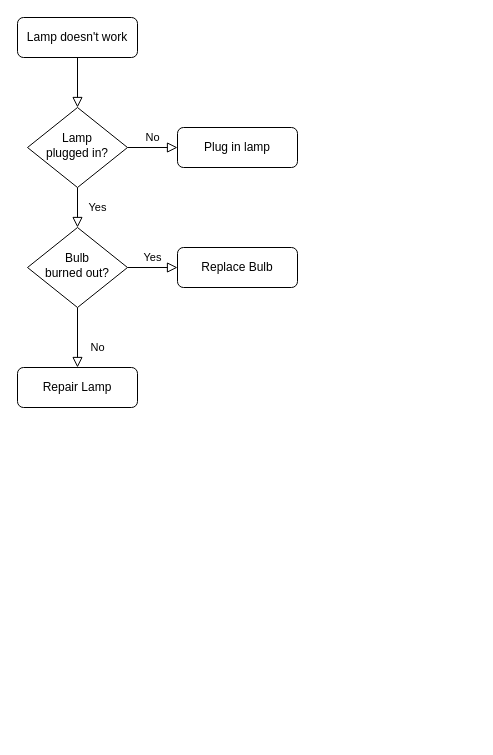
The draw.io diagram Untitled Diagram.drawio in the-shichko/drawio, before the edit. Source tidied: cells renumbered, new cells numbered last; positions are measured from the earlier drawing's top-left corner, leaving out a move shared by most shapes. Both pictures are drawn from the tidied source at 100%, with x=0, y=0 at pixel (17, 17).
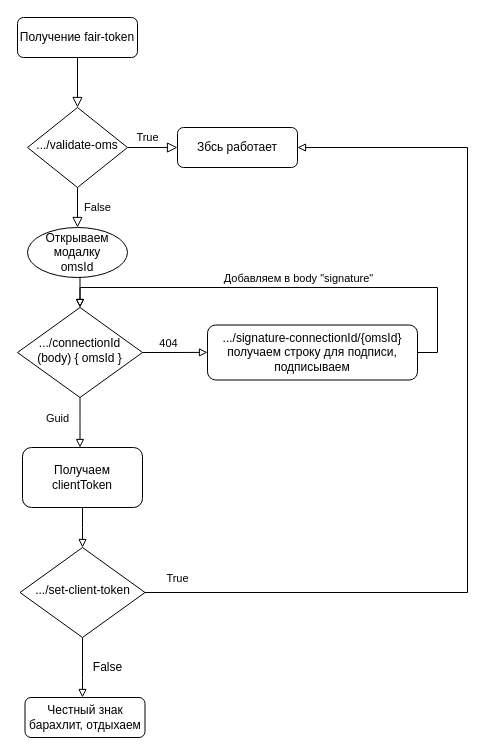
The same page after the edit.

What changed in the source:
```diff
@@
-    <mxCell id="3" value="Lamp doesn't work" style="rounded=1;whiteSpace=wrap;html=1;fontSize=12;glass=0;strokeWidth=1;shadow=0;" parent="1" vertex="1">
+    <mxCell id="3" value="Получение fair-token" style="rounded=1;whiteSpace=wrap;html=1;fontSize=12;glass=0;strokeWidth=1;shadow=0;" parent="1" vertex="1">
       <mxGeometry width="120" height="40" as="geometry" />
     </mxCell>
-    <mxCell id="4" value="Yes" style="rounded=0;html=1;jettySize=auto;fontSize=11;endArrow=block;endFill=0;endSize=8;strokeWidth=1;shadow=0;labelBackgroundColor=none;edgeStyle=orthogonalEdgeStyle;" parent="1" edge="1" source="6" target="10">
+    <mxCell id="4" value="False" style="rounded=0;html=1;jettySize=auto;fontSize=11;endArrow=block;endFill=0;endSize=8;strokeWidth=1;shadow=0;labelBackgroundColor=none;edgeStyle=orthogonalEdgeStyle;entryX=0.5;entryY=0;entryDx=0;entryDy=0;" parent="1" edge="1" source="6" target="14">
       <mxGeometry y="20" relative="1" as="geometry" />
     </mxCell>
-    <mxCell id="5" value="No" style="edgeStyle=orthogonalEdgeStyle;rounded=0;html=1;jettySize=auto;fontSize=11;endArrow=block;endFill=0;endSize=8;strokeWidth=1;shadow=0;labelBackgroundColor=none;" parent="1" edge="1" source="6" target="7">
-      <mxGeometry y="10" relative="1" as="geometry" />
+    <mxCell id="5" value="True" style="edgeStyle=orthogonalEdgeStyle;rounded=0;html=1;jettySize=auto;fontSize=11;endArrow=block;endFill=0;endSize=8;strokeWidth=1;shadow=0;labelBackgroundColor=none;" parent="1" edge="1" source="6" target="7">
+      <mxGeometry x="-0.2" y="10" relative="1" as="geometry" />
     </mxCell>
-    <mxCell id="6" value="Lamp&lt;br&gt;plugged in?" style="rhombus;whiteSpace=wrap;html=1;shadow=0;fontFamily=Helvetica;fontSize=12;align=center;strokeWidth=1;spacing=6;spacingTop=-4;" parent="1" vertex="1">
+    <mxCell id="6" value=".../validate-oms" style="rhombus;whiteSpace=wrap;html=1;shadow=0;fontFamily=Helvetica;fontSize=12;align=center;strokeWidth=1;spacing=6;spacingTop=-4;" parent="1" vertex="1">
       <mxGeometry x="10" y="90" width="100" height="80" as="geometry" />
     </mxCell>
-    <mxCell id="7" value="Plug in lamp" style="rounded=1;whiteSpace=wrap;html=1;fontSize=12;glass=0;strokeWidth=1;shadow=0;" parent="1" vertex="1">
+    <mxCell id="7" value="Збсь работает" style="rounded=1;whiteSpace=wrap;html=1;fontSize=12;glass=0;strokeWidth=1;shadow=0;" parent="1" vertex="1">
       <mxGeometry x="160" y="110" width="120" height="40" as="geometry" />
     </mxCell>
-    <mxCell id="8" value="No" style="rounded=0;html=1;jettySize=auto;fontSize=11;endArrow=block;endFill=0;endSize=8;strokeWidth=1;shadow=0;labelBackgroundColor=none;edgeStyle=orthogonalEdgeStyle;" parent="1" edge="1" source="10" target="11">
-      <mxGeometry x="0.33" y="20" relative="1" as="geometry" />
-    </mxCell>
-    <mxCell id="9" value="Yes" style="edgeStyle=orthogonalEdgeStyle;rounded=0;html=1;jettySize=auto;fontSize=11;endArrow=block;endFill=0;endSize=8;strokeWidth=1;shadow=0;labelBackgroundColor=none;" parent="1" edge="1" source="10" target="12">
-      <mxGeometry y="10" relative="1" as="geometry" />
-    </mxCell>
-    <mxCell id="10" value="Bulb&lt;br&gt;burned out?" style="rhombus;whiteSpace=wrap;html=1;shadow=0;fontFamily=Helvetica;fontSize=12;align=center;strokeWidth=1;spacing=6;spacingTop=-4;" parent="1" vertex="1">
-      <mxGeometry x="10" y="210" width="100" height="80" as="geometry" />
-    </mxCell>
-    <mxCell id="11" value="Repair Lamp" style="rounded=1;whiteSpace=wrap;html=1;fontSize=12;glass=0;strokeWidth=1;shadow=0;" parent="1" vertex="1">
-      <mxGeometry y="350" width="120" height="40" as="geometry" />
-    </mxCell>
-    <mxCell id="12" value="Replace Bulb" style="rounded=1;whiteSpace=wrap;html=1;fontSize=12;glass=0;strokeWidth=1;shadow=0;" parent="1" vertex="1">
-      <mxGeometry x="160" y="230" width="120" height="40" as="geometry" />
-    </mxCell>
+    <mxCell id="13" style="edgeStyle=orthogonalEdgeStyle;rounded=0;jettySize=auto;html=1;exitX=0.5;exitY=1;exitDx=0;exitDy=0;entryX=0.5;entryY=0;entryDx=0;entryDy=0;endArrow=block;endFill=0;" parent="1" edge="1" source="14" target="19">
+      <mxGeometry relative="1" as="geometry" />
+    </mxCell>
+    <mxCell id="14" value="Открываем модалку&lt;br&gt;omsId" style="ellipse;whiteSpace=wrap;html=1;" parent="1" vertex="1">
+      <mxGeometry x="10" y="210" width="100" height="50" as="geometry" />
+    </mxCell>
+    <mxCell id="15" style="edgeStyle=orthogonalEdgeStyle;rounded=0;jettySize=auto;html=1;exitX=0.5;exitY=1;exitDx=0;exitDy=0;endArrow=block;endFill=0;" parent="1" edge="1" source="19">
+      <mxGeometry relative="1" as="geometry">
+        <mxPoint x="62.5" y="430" as="targetPoint" />
+      </mxGeometry>
+    </mxCell>
+    <mxCell id="16" value="Guid" style="edgeLabel;html=1;align=center;verticalAlign=middle;" parent="15" vertex="1">
+      <mxGeometry x="-0.31" y="1" relative="1" as="geometry">
+        <mxPoint x="-24" y="3" as="offset" />
+      </mxGeometry>
+    </mxCell>
+    <mxCell id="17" style="edgeStyle=orthogonalEdgeStyle;rounded=0;jettySize=auto;html=1;exitX=1;exitY=0.5;exitDx=0;exitDy=0;endArrow=block;endFill=0;" parent="1" edge="1" source="19">
+      <mxGeometry relative="1" as="geometry">
+        <mxPoint x="190" y="334.9" as="targetPoint" />
+      </mxGeometry>
+    </mxCell>
+    <mxCell id="18" value="404" style="edgeLabel;html=1;align=center;verticalAlign=middle;" parent="17" vertex="1">
+      <mxGeometry x="0.24" relative="1" as="geometry">
+        <mxPoint x="-15" y="-10" as="offset" />
+      </mxGeometry>
+    </mxCell>
+    <mxCell id="19" value=".../connectionId&lt;br&gt;(body) { omsId }" style="rhombus;whiteSpace=wrap;html=1;shadow=0;fontFamily=Helvetica;fontSize=12;align=center;strokeWidth=1;spacing=6;spacingTop=-4;" parent="1" vertex="1">
+      <mxGeometry y="290" width="125" height="90" as="geometry" />
+    </mxCell>
+    <mxCell id="20" style="edgeStyle=orthogonalEdgeStyle;rounded=0;jettySize=auto;html=1;exitX=1;exitY=0.5;exitDx=0;exitDy=0;entryX=0.5;entryY=0;entryDx=0;entryDy=0;endArrow=block;endFill=0;" parent="1" edge="1" source="22" target="19">
+      <mxGeometry relative="1" as="geometry">
+        <Array as="points">
+          <mxPoint x="420" y="335" />
+          <mxPoint x="420" y="270" />
+          <mxPoint x="63" y="270" />
+        </Array>
+      </mxGeometry>
+    </mxCell>
+    <mxCell id="21" value="Добавляем в body &quot;signature&quot;" style="edgeLabel;html=1;align=center;verticalAlign=middle;" parent="20" vertex="1">
+      <mxGeometry x="-0.4" y="-2" relative="1" as="geometry">
+        <mxPoint x="-86" y="-8" as="offset" />
+      </mxGeometry>
+    </mxCell>
+    <mxCell id="22" value=".../signature-connectionId/{omsId}&lt;br&gt;получаем строку для подписи, подписываем" style="rounded=1;whiteSpace=wrap;html=1;fontSize=12;glass=0;strokeWidth=1;shadow=0;" parent="1" vertex="1">
+      <mxGeometry x="190" y="307.5" width="210" height="55" as="geometry" />
+    </mxCell>
+    <mxCell id="23" style="edgeStyle=orthogonalEdgeStyle;rounded=0;jettySize=auto;html=1;exitX=0.5;exitY=1;exitDx=0;exitDy=0;endArrow=block;endFill=0;" parent="1" edge="1" source="24">
+      <mxGeometry relative="1" as="geometry">
+        <mxPoint x="65" y="530" as="targetPoint" />
+      </mxGeometry>
+    </mxCell>
+    <mxCell id="24" value="Получаем clientToken" style="rounded=1;whiteSpace=wrap;html=1;" parent="1" vertex="1">
+      <mxGeometry x="5" y="430" width="120" height="60" as="geometry" />
+    </mxCell>
+    <mxCell id="25" style="edgeStyle=orthogonalEdgeStyle;rounded=0;jettySize=auto;html=1;exitX=0.5;exitY=1;exitDx=0;exitDy=0;endArrow=block;endFill=0;" parent="1" edge="1" source="28">
+      <mxGeometry relative="1" as="geometry">
+        <mxPoint x="65" y="680" as="targetPoint" />
+        <Array as="points">
+          <mxPoint x="65" y="660" />
+          <mxPoint x="65" y="660" />
+        </Array>
+      </mxGeometry>
+    </mxCell>
+    <mxCell id="26" style="edgeStyle=orthogonalEdgeStyle;rounded=0;jettySize=auto;html=1;exitX=1;exitY=0.5;exitDx=0;exitDy=0;entryX=1;entryY=0.5;entryDx=0;entryDy=0;endArrow=block;endFill=0;" parent="1" edge="1" source="28" target="7">
+      <mxGeometry relative="1" as="geometry">
+        <Array as="points">
+          <mxPoint x="450" y="575" />
+          <mxPoint x="450" y="130" />
+        </Array>
+      </mxGeometry>
+    </mxCell>
+    <mxCell id="27" value="True" style="edgeLabel;html=1;align=center;verticalAlign=middle;" parent="26" vertex="1">
+      <mxGeometry x="-0.82" y="-3" relative="1" as="geometry">
+        <mxPoint x="-52" y="-18" as="offset" />
+      </mxGeometry>
+    </mxCell>
+    <mxCell id="28" value=".../set-client-token" style="rhombus;whiteSpace=wrap;html=1;shadow=0;fontFamily=Helvetica;fontSize=12;align=center;strokeWidth=1;spacing=6;spacingTop=-4;" parent="1" vertex="1">
+      <mxGeometry x="2.5" y="530" width="125" height="90" as="geometry" />
+    </mxCell>
+    <mxCell id="29" value="False" style="text;html=1;align=center;verticalAlign=middle;strokeColor=none;" parent="1" vertex="1">
+      <mxGeometry x="70" y="640" width="40" height="20" as="geometry" />
+    </mxCell>
+    <mxCell id="30" value="Честный знак барахлит, отдыхаем" style="rounded=1;whiteSpace=wrap;html=1;fontSize=12;glass=0;strokeWidth=1;shadow=0;" parent="1" vertex="1">
+      <mxGeometry x="7.5" y="680" width="120" height="40" as="geometry" />
+    </mxCell>
```
